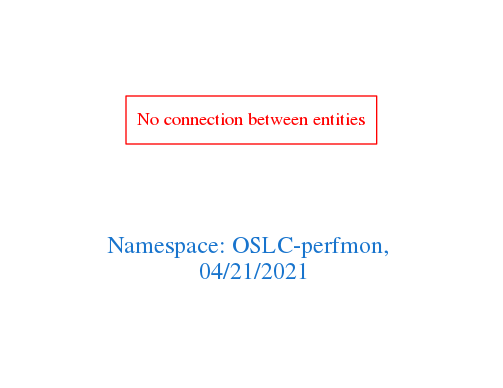
Before: downloads/OSLC-perfmon.png, a diagram exported from Graphviz (arago/OGIT). Its source is kept beside it as downloads/OSLC-perfmon.dot.
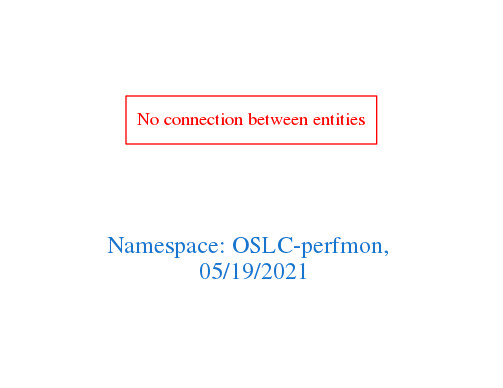
Later version of the same file.

Change to the diagram source:
```diff
@@ -1,7 +1,7 @@
 digraph OGIT_ontology {
  graph [ rankdir= LR,pad=1
 fontsize = 18,
-fontcolor= dodgerblue3,label = "\n\n\nNamespace: OSLC-perfmon, \n 04/21/2021"];
+fontcolor= dodgerblue3,label = "\n\n\nNamespace: OSLC-perfmon, \n 05/19/2021"];
 node[shape=polygon];
 edge [  color="gray81"];
 
```
